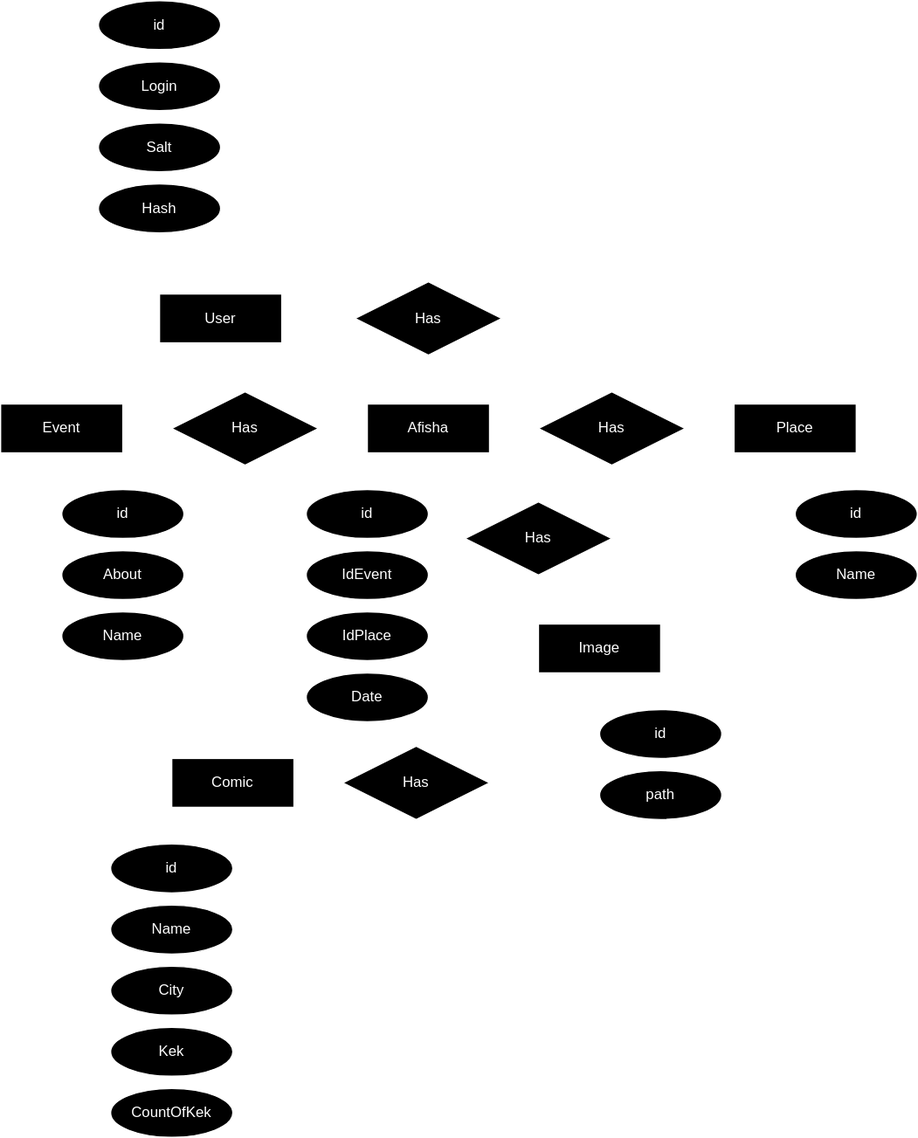
The draw.io diagram img/er.svg in thirteenths/WEB_BMSTU23, before a commit. Source tidied: cells renumbered, new cells last; positions are measured from the earlier drawing's top-left corner, leaving out a move shared by most shapes.
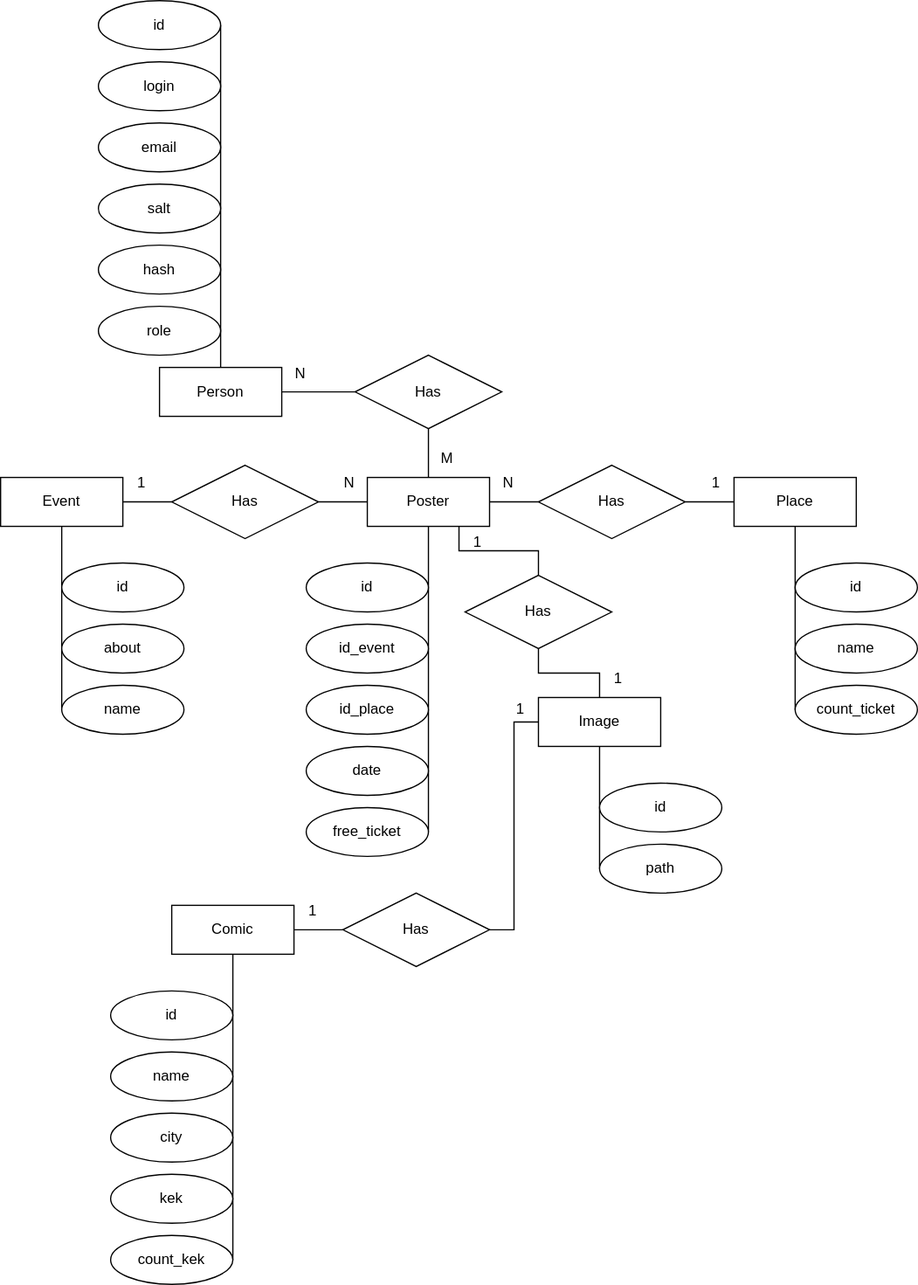
Above is the later version.

Change to the diagram source:
```diff
@@ -5,8 +5,8 @@
     <mxCell id="2" style="edgeStyle=orthogonalEdgeStyle;rounded=0;jettySize=auto;html=1;exitX=0.5;exitY=1;exitDx=0;exitDy=0;entryX=1;entryY=0.5;entryDx=0;entryDy=0;endArrow=none;endFill=0;" parent="1" edge="1" source="4" target="17">
       <mxGeometry relative="1" as="geometry">
         <Array as="points">
-          <mxPoint x="190" y="840" />
-          <mxPoint x="190" y="840" />
+          <mxPoint x="190" y="900" />
+          <mxPoint x="190" y="900" />
         </Array>
       </mxGeometry>
     </mxCell>
@@ -14,13 +14,13 @@
       <mxGeometry relative="1" as="geometry" />
     </mxCell>
     <mxCell id="4" value="Comic" style="whiteSpace=wrap;html=1;align=center;" parent="1" vertex="1">
-      <mxGeometry x="140" y="620" width="100" height="40" as="geometry" />
+      <mxGeometry x="140" y="680" width="100" height="40" as="geometry" />
     </mxCell>
-    <mxCell id="5" style="edgeStyle=orthogonalEdgeStyle;rounded=0;jettySize=auto;html=1;exitX=0.5;exitY=1;exitDx=0;exitDy=0;entryX=1;entryY=0.5;entryDx=0;entryDy=0;endArrow=none;endFill=0;" parent="1" edge="1" source="9" target="21">
+    <mxCell id="5" style="edgeStyle=orthogonalEdgeStyle;rounded=0;jettySize=auto;html=1;exitX=0.5;exitY=1;exitDx=0;exitDy=0;entryX=1;entryY=0.5;entryDx=0;entryDy=0;endArrow=none;endFill=0;" parent="1" edge="1" source="9" target="62">
       <mxGeometry relative="1" as="geometry">
         <Array as="points">
-          <mxPoint x="350" y="510" />
-          <mxPoint x="350" y="510" />
+          <mxPoint x="350" y="550" />
+          <mxPoint x="350" y="550" />
         </Array>
       </mxGeometry>
     </mxCell>
@@ -38,67 +38,67 @@
         </Array>
       </mxGeometry>
     </mxCell>
-    <mxCell id="9" value="Afisha" style="whiteSpace=wrap;html=1;align=center;" parent="1" vertex="1">
+    <mxCell id="9" value="Poster" style="whiteSpace=wrap;html=1;align=center;" parent="1" vertex="1">
       <mxGeometry x="300" y="330" width="100" height="40" as="geometry" />
     </mxCell>
     <mxCell id="10" style="edgeStyle=orthogonalEdgeStyle;rounded=0;jettySize=auto;html=1;exitX=0.5;exitY=0;exitDx=0;exitDy=0;entryX=1;entryY=0.5;entryDx=0;entryDy=0;endArrow=none;endFill=0;" parent="1" edge="1" source="12" target="22">
       <mxGeometry relative="1" as="geometry">
         <Array as="points">
-          <mxPoint x="180" y="80" />
-          <mxPoint x="180" y="80" />
+          <mxPoint x="180" y="70" />
+          <mxPoint x="180" y="70" />
         </Array>
       </mxGeometry>
     </mxCell>
     <mxCell id="11" style="edgeStyle=orthogonalEdgeStyle;rounded=0;jettySize=auto;html=1;endArrow=none;endFill=0;" parent="1" edge="1" source="12" target="28">
       <mxGeometry relative="1" as="geometry" />
     </mxCell>
-    <mxCell id="12" value="User" style="whiteSpace=wrap;html=1;align=center;" parent="1" vertex="1">
+    <mxCell id="12" value="Person" style="whiteSpace=wrap;html=1;align=center;" parent="1" vertex="1">
       <mxGeometry x="130" y="240" width="100" height="40" as="geometry" />
     </mxCell>
     <mxCell id="13" value="id" style="ellipse;whiteSpace=wrap;html=1;align=center;" parent="1" vertex="1">
-      <mxGeometry x="90" y="690" width="100" height="40" as="geometry" />
+      <mxGeometry x="90" y="750" width="100" height="40" as="geometry" />
     </mxCell>
-    <mxCell id="14" value="Name" style="ellipse;whiteSpace=wrap;html=1;align=center;" parent="1" vertex="1">
-      <mxGeometry x="90" y="740" width="100" height="40" as="geometry" />
+    <mxCell id="14" value="name" style="ellipse;whiteSpace=wrap;html=1;align=center;" parent="1" vertex="1">
+      <mxGeometry x="90" y="800" width="100" height="40" as="geometry" />
     </mxCell>
-    <mxCell id="15" value="City" style="ellipse;whiteSpace=wrap;html=1;align=center;" parent="1" vertex="1">
-      <mxGeometry x="90" y="790" width="100" height="40" as="geometry" />
+    <mxCell id="15" value="city" style="ellipse;whiteSpace=wrap;html=1;align=center;" parent="1" vertex="1">
+      <mxGeometry x="90" y="850" width="100" height="40" as="geometry" />
     </mxCell>
-    <mxCell id="16" value="Kek" style="ellipse;whiteSpace=wrap;html=1;align=center;" parent="1" vertex="1">
-      <mxGeometry x="90" y="840" width="100" height="40" as="geometry" />
+    <mxCell id="16" value="kek" style="ellipse;whiteSpace=wrap;html=1;align=center;" parent="1" vertex="1">
+      <mxGeometry x="90" y="900" width="100" height="40" as="geometry" />
     </mxCell>
-    <mxCell id="17" value="CountOfKek" style="ellipse;whiteSpace=wrap;html=1;align=center;" parent="1" vertex="1">
-      <mxGeometry x="90" y="890" width="100" height="40" as="geometry" />
+    <mxCell id="17" value="count_kek" style="ellipse;whiteSpace=wrap;html=1;align=center;" parent="1" vertex="1">
+      <mxGeometry x="90" y="950" width="100" height="40" as="geometry" />
     </mxCell>
     <mxCell id="18" value="id" style="ellipse;whiteSpace=wrap;html=1;align=center;" parent="1" vertex="1">
       <mxGeometry x="250" y="400" width="100" height="40" as="geometry" />
     </mxCell>
-    <mxCell id="19" value="IdEvent" style="ellipse;whiteSpace=wrap;html=1;align=center;" parent="1" vertex="1">
+    <mxCell id="19" value="id_event" style="ellipse;whiteSpace=wrap;html=1;align=center;" parent="1" vertex="1">
       <mxGeometry x="250" y="450" width="100" height="40" as="geometry" />
     </mxCell>
-    <mxCell id="20" value="IdPlace" style="ellipse;whiteSpace=wrap;html=1;align=center;" parent="1" vertex="1">
+    <mxCell id="20" value="id_place" style="ellipse;whiteSpace=wrap;html=1;align=center;" parent="1" vertex="1">
       <mxGeometry x="250" y="500" width="100" height="40" as="geometry" />
     </mxCell>
-    <mxCell id="21" value="Date" style="ellipse;whiteSpace=wrap;html=1;align=center;" parent="1" vertex="1">
+    <mxCell id="21" value="date" style="ellipse;whiteSpace=wrap;html=1;align=center;" parent="1" vertex="1">
       <mxGeometry x="250" y="550" width="100" height="40" as="geometry" />
     </mxCell>
     <mxCell id="22" value="id" style="ellipse;whiteSpace=wrap;html=1;align=center;" parent="1" vertex="1">
-      <mxGeometry x="80" width="100" height="40" as="geometry" />
+      <mxGeometry x="80" y="-60" width="100" height="40" as="geometry" />
     </mxCell>
-    <mxCell id="23" value="Login" style="ellipse;whiteSpace=wrap;html=1;align=center;" parent="1" vertex="1">
-      <mxGeometry x="80" y="50" width="100" height="40" as="geometry" />
+    <mxCell id="23" value="login" style="ellipse;whiteSpace=wrap;html=1;align=center;" parent="1" vertex="1">
+      <mxGeometry x="80" y="-10" width="100" height="40" as="geometry" />
     </mxCell>
-    <mxCell id="24" value="Salt" style="ellipse;whiteSpace=wrap;html=1;align=center;" parent="1" vertex="1">
-      <mxGeometry x="80" y="100" width="100" height="40" as="geometry" />
+    <mxCell id="24" value="salt" style="ellipse;whiteSpace=wrap;html=1;align=center;" parent="1" vertex="1">
+      <mxGeometry x="80" y="90" width="100" height="40" as="geometry" />
     </mxCell>
-    <mxCell id="25" value="Hash" style="ellipse;whiteSpace=wrap;html=1;align=center;" parent="1" vertex="1">
-      <mxGeometry x="80" y="150" width="100" height="40" as="geometry" />
+    <mxCell id="25" value="hash" style="ellipse;whiteSpace=wrap;html=1;align=center;" parent="1" vertex="1">
+      <mxGeometry x="80" y="140" width="100" height="40" as="geometry" />
     </mxCell>
-    <mxCell id="26" style="edgeStyle=orthogonalEdgeStyle;rounded=0;jettySize=auto;html=1;exitX=0.5;exitY=1;exitDx=0;exitDy=0;entryX=0;entryY=0.5;entryDx=0;entryDy=0;endArrow=none;endFill=0;" parent="1" edge="1" source="27" target="32">
+    <mxCell id="26" style="edgeStyle=orthogonalEdgeStyle;rounded=0;jettySize=auto;html=1;exitX=0.5;exitY=1;exitDx=0;exitDy=0;entryX=0;entryY=0.5;entryDx=0;entryDy=0;endArrow=none;endFill=0;" parent="1" edge="1" source="27" target="59">
       <mxGeometry relative="1" as="geometry">
         <Array as="points">
-          <mxPoint x="650" y="440" />
-          <mxPoint x="650" y="440" />
+          <mxPoint x="650" y="480" />
+          <mxPoint x="650" y="480" />
         </Array>
       </mxGeometry>
     </mxCell>
@@ -117,7 +117,7 @@
     <mxCell id="31" value="id" style="ellipse;whiteSpace=wrap;html=1;align=center;" parent="1" vertex="1">
       <mxGeometry x="650" y="400" width="100" height="40" as="geometry" />
     </mxCell>
-    <mxCell id="32" value="Name" style="ellipse;whiteSpace=wrap;html=1;align=center;" parent="1" vertex="1">
+    <mxCell id="32" value="name" style="ellipse;whiteSpace=wrap;html=1;align=center;" parent="1" vertex="1">
       <mxGeometry x="650" y="450" width="100" height="40" as="geometry" />
     </mxCell>
     <mxCell id="33" style="edgeStyle=orthogonalEdgeStyle;rounded=0;jettySize=auto;html=1;entryX=0;entryY=0.5;entryDx=0;entryDy=0;endArrow=none;endFill=0;" parent="1" edge="1" source="35" target="38">
@@ -137,10 +137,10 @@
     <mxCell id="36" value="id" style="ellipse;whiteSpace=wrap;html=1;align=center;" parent="1" vertex="1">
       <mxGeometry x="50" y="400" width="100" height="40" as="geometry" />
     </mxCell>
-    <mxCell id="37" value="About" style="ellipse;whiteSpace=wrap;html=1;align=center;" parent="1" vertex="1">
+    <mxCell id="37" value="about" style="ellipse;whiteSpace=wrap;html=1;align=center;" parent="1" vertex="1">
       <mxGeometry x="50" y="450" width="100" height="40" as="geometry" />
     </mxCell>
-    <mxCell id="38" value="Name" style="ellipse;whiteSpace=wrap;html=1;align=center;" parent="1" vertex="1">
+    <mxCell id="38" value="name" style="ellipse;whiteSpace=wrap;html=1;align=center;" parent="1" vertex="1">
       <mxGeometry x="50" y="500" width="100" height="40" as="geometry" />
     </mxCell>
     <mxCell id="39" style="edgeStyle=orthogonalEdgeStyle;rounded=0;jettySize=auto;html=1;endArrow=none;endFill=0;" parent="1" edge="1" source="40" target="27">
@@ -202,13 +202,25 @@
       <mxGeometry relative="1" as="geometry" />
     </mxCell>
     <mxCell id="56" value="Has" style="shape=rhombus;perimeter=rhombusPerimeter;whiteSpace=wrap;html=1;align=center;" parent="1" vertex="1">
-      <mxGeometry x="280" y="610" width="120" height="60" as="geometry" />
+      <mxGeometry x="280" y="670" width="120" height="60" as="geometry" />
     </mxCell>
     <mxCell id="57" value="1" style="text;html=1;align=center;verticalAlign=middle;strokeColor=none;fillColor=none;" parent="1" vertex="1">
-      <mxGeometry x="240" y="610" width="30" height="30" as="geometry" />
+      <mxGeometry x="240" y="670" width="30" height="30" as="geometry" />
     </mxCell>
     <mxCell id="58" value="1" style="text;html=1;align=center;verticalAlign=middle;strokeColor=none;fillColor=none;" parent="1" vertex="1">
       <mxGeometry x="410" y="505" width="30" height="30" as="geometry" />
     </mxCell>
+    <mxCell id="59" value="count_ticket" style="ellipse;whiteSpace=wrap;html=1;align=center;" parent="1" vertex="1">
+      <mxGeometry x="650" y="500" width="100" height="40" as="geometry" />
+    </mxCell>
+    <mxCell id="60" value="role" style="ellipse;whiteSpace=wrap;html=1;align=center;" parent="1" vertex="1">
+      <mxGeometry x="80" y="190" width="100" height="40" as="geometry" />
+    </mxCell>
+    <mxCell id="61" value="email" style="ellipse;whiteSpace=wrap;html=1;align=center;" parent="1" vertex="1">
+      <mxGeometry x="80" y="40" width="100" height="40" as="geometry" />
+    </mxCell>
+    <mxCell id="62" value="free_ticket" style="ellipse;whiteSpace=wrap;html=1;align=center;" parent="1" vertex="1">
+      <mxGeometry x="250" y="600" width="100" height="40" as="geometry" />
+    </mxCell>
   </root>
 </mxGraphModel>
```
